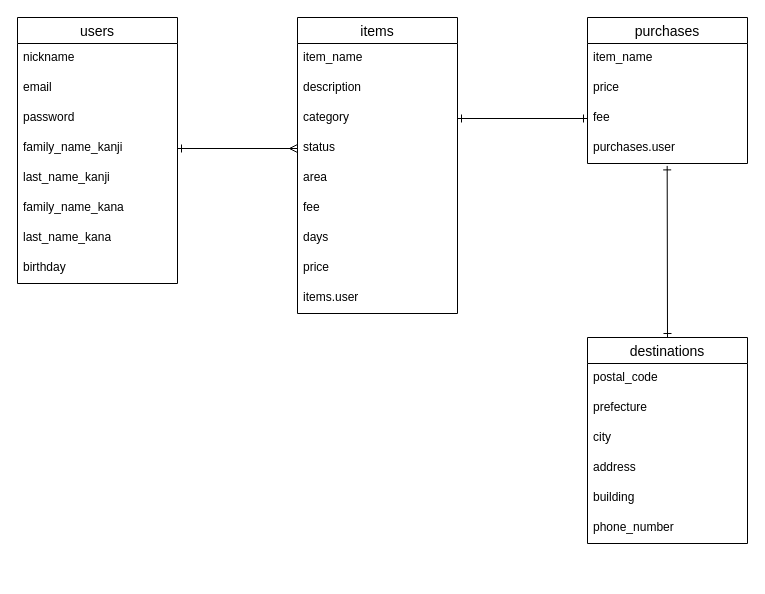
This is furima.dio from omatakugayama-glitch/furima-47737, a draw.io file, before an edit. Source tidied: cells renumbered, new cells numbered last; positions are measured from the earlier drawing's top-left corner, leaving out a move shared by most shapes. Both pictures are drawn from the tidied source at 100%, with x=0, y=0 at pixel (17, 17).
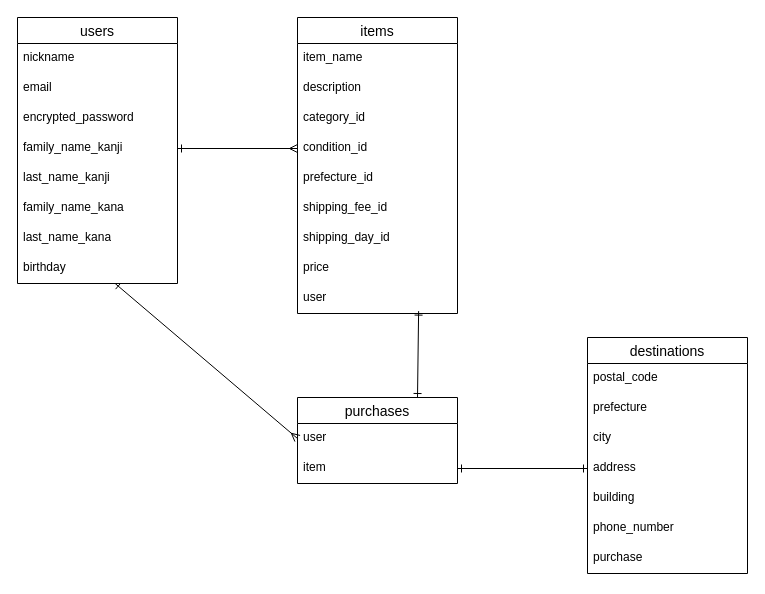
Above is the later version.

Commit message (it also covers changes not shown here):
データベース設計修正

The change refers to these unchanged cells:
```xml
<mxCell id="2" value="users" style="swimlane;fontStyle=0;horizontal=1;startSize=26;align=center;fontSize=14;" parent="1" vertex="1">
  <mxGeometry width="160" height="266" as="geometry" />
</mxCell>
<mxCell id="10" value="birthday" style="text;strokeColor=none;fillColor=none;spacingLeft=4;spacingRight=4;overflow=hidden;points=[[0,0.5],[1,0.5]];portConstraint=eastwest;fontSize=12;whiteSpace=wrap;html=1;" parent="2" vertex="1">
  <mxGeometry y="236" width="160" height="30" as="geometry" />
</mxCell>
<mxCell id="11" value="items" style="swimlane;fontStyle=0;horizontal=1;startSize=26;align=center;fontSize=14;" parent="1" vertex="1">
  <mxGeometry x="280" width="160" height="296" as="geometry" />
</mxCell>
<mxCell id="25" value="address" style="text;strokeColor=none;fillColor=none;spacingLeft=4;spacingRight=4;overflow=hidden;points=[[0,0.5],[1,0.5]];portConstraint=eastwest;fontSize=12;whiteSpace=wrap;html=1;" parent="21" vertex="1">
  <mxGeometry y="116" width="160" height="30" as="geometry" />
</mxCell>
```

Change to the diagram source:
```diff
@@
-    <mxCell id="5" value="password" style="text;strokeColor=none;fillColor=none;spacingLeft=4;spacingRight=4;overflow=hidden;fontSize=12;whiteSpace=wrap;html=1;" parent="2" vertex="1">
+    <mxCell id="5" value="encrypted_password" style="text;strokeColor=none;fillColor=none;spacingLeft=4;spacingRight=4;overflow=hidden;fontSize=12;whiteSpace=wrap;html=1;" parent="2" vertex="1">
       <mxGeometry y="86" width="160" height="30" as="geometry" />
     </mxCell>
@@
-    <mxCell id="14" value="category" style="text;strokeColor=none;fillColor=none;spacingLeft=4;spacingRight=4;overflow=hidden;points=[[0,0.5],[1,0.5]];portConstraint=eastwest;fontSize=12;whiteSpace=wrap;html=1;" parent="11" vertex="1">
+    <mxCell id="14" value="category_id" style="text;strokeColor=none;fillColor=none;spacingLeft=4;spacingRight=4;overflow=hidden;points=[[0,0.5],[1,0.5]];portConstraint=eastwest;fontSize=12;whiteSpace=wrap;html=1;" parent="11" vertex="1">
       <mxGeometry y="86" width="160" height="30" as="geometry" />
     </mxCell>
-    <mxCell id="15" value="status" style="text;strokeColor=none;fillColor=none;spacingLeft=4;spacingRight=4;overflow=hidden;points=[[0,0.5],[1,0.5]];portConstraint=eastwest;fontSize=12;whiteSpace=wrap;html=1;" parent="11" vertex="1">
+    <mxCell id="15" value="condition_id" style="text;strokeColor=none;fillColor=none;spacingLeft=4;spacingRight=4;overflow=hidden;points=[[0,0.5],[1,0.5]];portConstraint=eastwest;fontSize=12;whiteSpace=wrap;html=1;" parent="11" vertex="1">
       <mxGeometry y="116" width="160" height="30" as="geometry" />
     </mxCell>
-    <mxCell id="16" value="area" style="text;strokeColor=none;fillColor=none;spacingLeft=4;spacingRight=4;overflow=hidden;fontSize=12;whiteSpace=wrap;html=1;" parent="11" vertex="1">
+    <mxCell id="16" value="prefecture_id" style="text;strokeColor=none;fillColor=none;spacingLeft=4;spacingRight=4;overflow=hidden;fontSize=12;whiteSpace=wrap;html=1;" parent="11" vertex="1">
       <mxGeometry y="146" width="160" height="30" as="geometry" />
     </mxCell>
-    <mxCell id="17" value="fee" style="text;strokeColor=none;fillColor=none;spacingLeft=4;spacingRight=4;overflow=hidden;fontSize=12;whiteSpace=wrap;html=1;" parent="11" vertex="1">
+    <mxCell id="17" value="shipping_fee_id" style="text;strokeColor=none;fillColor=none;spacingLeft=4;spacingRight=4;overflow=hidden;fontSize=12;whiteSpace=wrap;html=1;" parent="11" vertex="1">
       <mxGeometry y="176" width="160" height="30" as="geometry" />
     </mxCell>
-    <mxCell id="18" value="days" style="text;strokeColor=none;fillColor=none;spacingLeft=4;spacingRight=4;overflow=hidden;fontSize=12;whiteSpace=wrap;html=1;" parent="11" vertex="1">
+    <mxCell id="18" value="shipping_day_id" style="text;strokeColor=none;fillColor=none;spacingLeft=4;spacingRight=4;overflow=hidden;fontSize=12;whiteSpace=wrap;html=1;" parent="11" vertex="1">
       <mxGeometry y="206" width="160" height="30" as="geometry" />
     </mxCell>
@@
-    <mxCell id="20" value="items.user" style="text;strokeColor=none;fillColor=none;spacingLeft=4;spacingRight=4;overflow=hidden;points=[[0,0.5],[1,0.5]];portConstraint=eastwest;fontSize=12;whiteSpace=wrap;html=1;" parent="11" vertex="1">
+    <mxCell id="20" value="user" style="text;strokeColor=none;fillColor=none;spacingLeft=4;spacingRight=4;overflow=hidden;points=[[0,0.5],[1,0.5]];portConstraint=eastwest;fontSize=12;whiteSpace=wrap;html=1;" parent="11" vertex="1">
       <mxGeometry y="266" width="160" height="30" as="geometry" />
     </mxCell>
     <mxCell id="21" value="destinations" style="swimlane;fontStyle=0;horizontal=1;startSize=26;align=center;fontSize=14;" parent="1" vertex="1">
-      <mxGeometry x="570" y="320" width="160" height="206" as="geometry" />
+      <mxGeometry x="570" y="320" width="160" height="236" as="geometry" />
     </mxCell>
@@
+    <mxCell id="36" value="purchase" style="text;strokeColor=none;fillColor=none;spacingLeft=4;spacingRight=4;overflow=hidden;fontSize=12;whiteSpace=wrap;html=1;" parent="21" vertex="1">
+      <mxGeometry y="206" width="160" height="30" as="geometry" />
+    </mxCell>
     <mxCell id="28" value="purchases" style="swimlane;fontStyle=0;horizontal=1;startSize=26;align=center;fontSize=14;" parent="1" vertex="1">
-      <mxGeometry x="570" width="160" height="146" as="geometry" />
+      <mxGeometry x="280" y="380" width="160" height="86" as="geometry" />
     </mxCell>
-    <mxCell id="29" value="item_name" style="text;strokeColor=none;fillColor=none;spacingLeft=4;spacingRight=4;overflow=hidden;fontSize=12;whiteSpace=wrap;html=1;" parent="28" vertex="1">
-      <mxGeometry y="26" width="160" height="30" as="geometry" />
-    </mxCell>
-    <mxCell id="30" value="price" style="text;strokeColor=none;fillColor=none;spacingLeft=4;spacingRight=4;overflow=hidden;fontSize=12;whiteSpace=wrap;html=1;" parent="28" vertex="1">
-      <mxGeometry y="56" width="160" height="30" as="geometry" />
-    </mxCell>
-    <mxCell id="31" value="fee" style="text;strokeColor=none;fillColor=none;spacingLeft=4;spacingRight=4;overflow=hidden;points=[[0,0.5],[1,0.5]];portConstraint=eastwest;fontSize=12;whiteSpace=wrap;html=1;" parent="28" vertex="1">
-      <mxGeometry y="86" width="160" height="30" as="geometry" />
+    <mxCell id="31" value="user" style="text;strokeColor=none;fillColor=none;spacingLeft=4;spacingRight=4;overflow=hidden;points=[[0,0.5],[1,0.5]];portConstraint=eastwest;fontSize=12;whiteSpace=wrap;html=1;" parent="28" vertex="1">
+      <mxGeometry y="26" width="160" height="30" as="geometry" />
     </mxCell>
-    <mxCell id="32" value="purchases.user" style="text;strokeColor=none;fillColor=none;spacingLeft=4;spacingRight=4;overflow=hidden;points=[[0,0.5],[1,0.5]];portConstraint=eastwest;fontSize=12;whiteSpace=wrap;html=1;" parent="28" vertex="1">
-      <mxGeometry y="116" width="160" height="30" as="geometry" />
+    <mxCell id="32" value="item" style="text;strokeColor=none;fillColor=none;spacingLeft=4;spacingRight=4;overflow=hidden;points=[[0,0.5],[1,0.5]];portConstraint=eastwest;fontSize=12;whiteSpace=wrap;html=1;" parent="28" vertex="1">
+      <mxGeometry y="56" width="160" height="30" as="geometry" />
     </mxCell>
@@
-    <mxCell id="34" style="edgeStyle=none;html=1;exitX=1;exitY=0.5;exitDx=0;exitDy=0;endArrow=ERone;endFill=0;startArrow=ERone;startFill=0;" parent="1" edge="1" source="14" target="31">
-      <mxGeometry relative="1" as="geometry" />
-    </mxCell>
-    <mxCell id="35" style="edgeStyle=none;html=1;exitX=0.5;exitY=0;exitDx=0;exitDy=0;entryX=0.498;entryY=1.08;entryDx=0;entryDy=0;entryPerimeter=0;startArrow=ERone;startFill=0;endArrow=ERone;endFill=0;" parent="1" edge="1" source="21" target="32">
-      <mxGeometry relative="1" as="geometry" />
-    </mxCell>
+    <mxCell id="37" style="edgeStyle=none;html=1;exitX=0.75;exitY=0;exitDx=0;exitDy=0;entryX=0.757;entryY=0.92;entryDx=0;entryDy=0;entryPerimeter=0;endArrow=ERone;endFill=0;startArrow=ERone;startFill=0;" parent="1" edge="1" source="28" target="20">
+      <mxGeometry relative="1" as="geometry" />
+    </mxCell>
+    <mxCell id="38" style="edgeStyle=none;html=1;exitX=0;exitY=0.5;exitDx=0;exitDy=0;entryX=1;entryY=0.5;entryDx=0;entryDy=0;startArrow=ERone;startFill=0;endArrow=ERone;endFill=0;" parent="1" edge="1" source="25">
+      <mxGeometry relative="1" as="geometry">
+        <mxPoint x="440" y="451" as="targetPoint" />
+      </mxGeometry>
+    </mxCell>
+    <mxCell id="39" style="edgeStyle=none;html=1;exitX=0;exitY=0.5;exitDx=0;exitDy=0;endArrow=ERone;endFill=0;startArrow=ERmany;startFill=0;" parent="1" edge="1" target="10">
+      <mxGeometry relative="1" as="geometry">
+        <mxPoint x="280" y="421" as="sourcePoint" />
+      </mxGeometry>
+    </mxCell>
```
